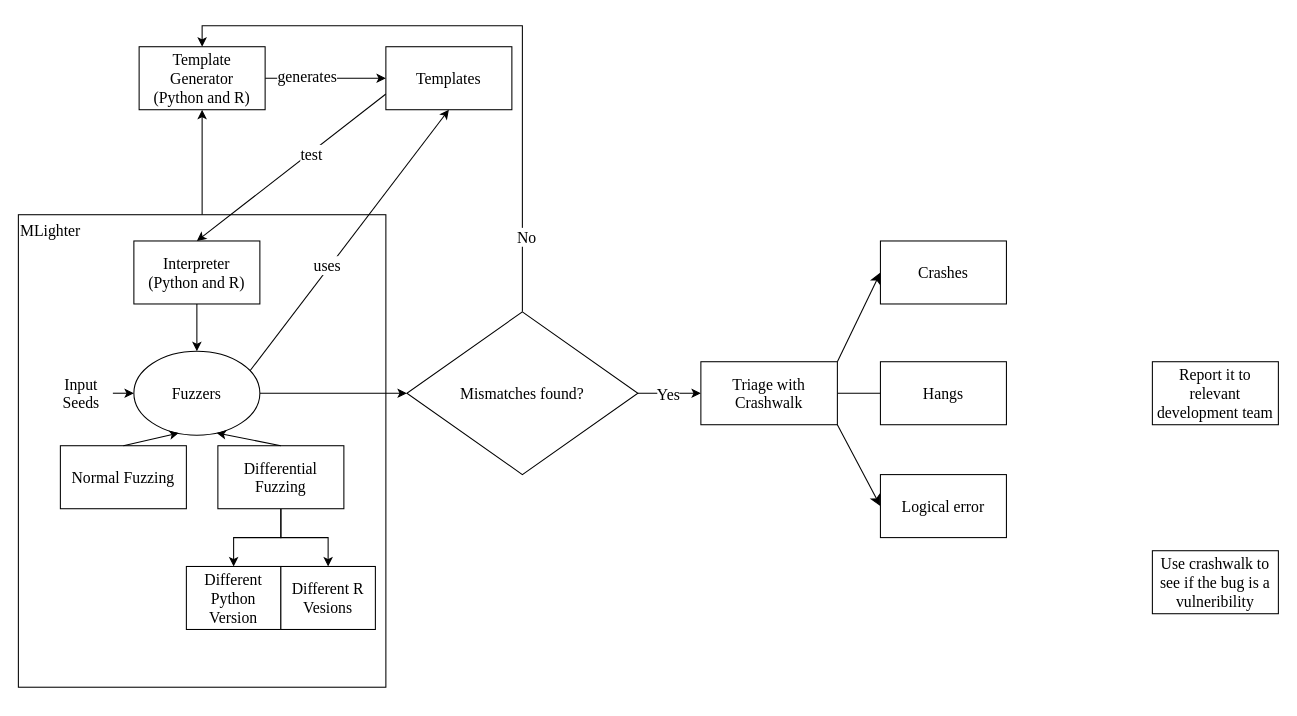
Earlier version of the draw.io diagram GenAndFuzz.drawio (GloC99/diagrams). Source tidied: cells renumbered, new cells numbered last; positions are measured from the earlier drawing's top-left corner, leaving out a move shared by most shapes. Both pictures are drawn from the tidied source at 105%, with x=0, y=0 at pixel (18, 46).
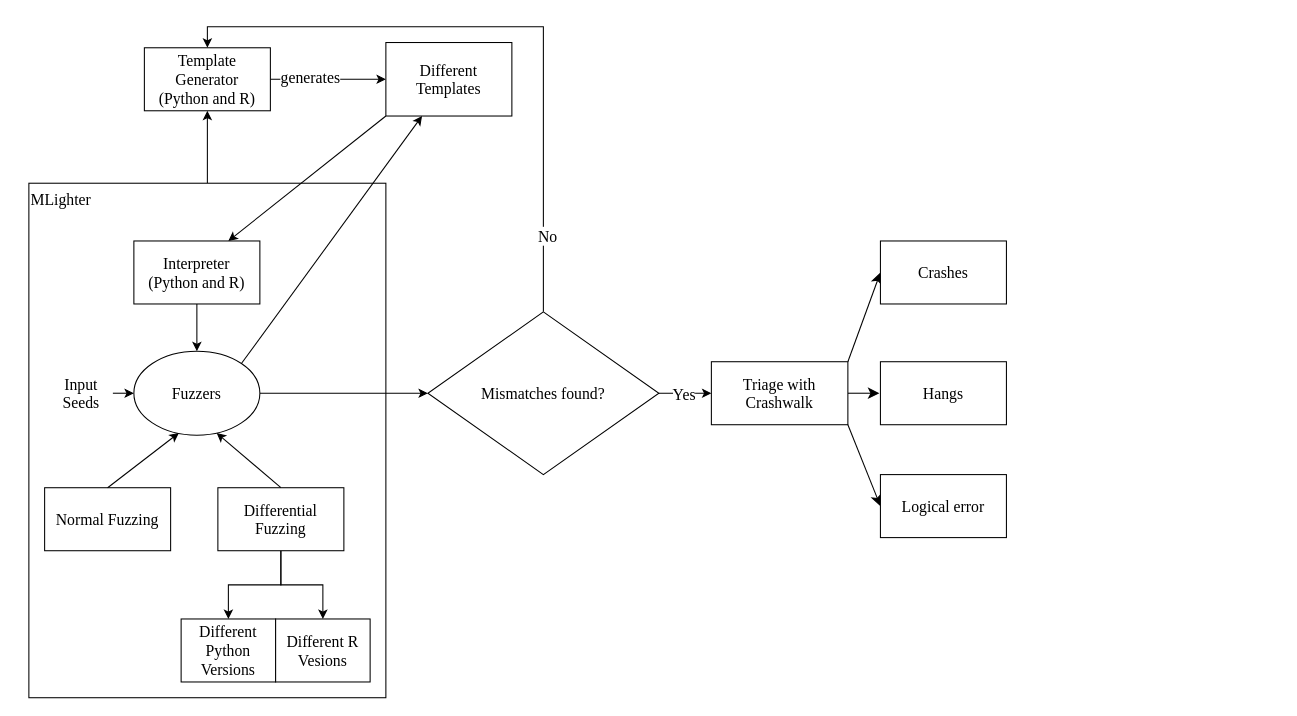
Above is the later version.

Unchanged cells that the change refers to:
```xml
<mxCell id="13" value="Fuzzers" style="ellipse;whiteSpace=wrap;html=1;fontSize=15;fontFamily=Times New Roman;rounded=0;" parent="1" vertex="1">
  <mxGeometry x="110" y="290" width="120" height="80" as="geometry" />
</mxCell>
<mxCell id="17" value="Interpreter&lt;br style=&quot;font-size: 15px;&quot;&gt;(Python and R)" style="rounded=0;whiteSpace=wrap;html=1;fontSize=15;fontFamily=Times New Roman;" parent="1" vertex="1">
  <mxGeometry x="110" y="185" width="120" height="60" as="geometry" />
</mxCell>
<mxCell id="38" value="Hangs" style="rounded=0;whiteSpace=wrap;html=1;direction=west;fontSize=15;fontFamily=Times New Roman;" parent="1" vertex="1">
  <mxGeometry x="821" y="300" width="120" height="60" as="geometry" />
</mxCell>
```

Diff of the diagram source:
```diff
@@
     <mxCell id="3" value="MLighter" style="rounded=0;whiteSpace=wrap;html=1;align=left;verticalAlign=top;fontSize=15;fontFamily=Times New Roman;" parent="1" vertex="1">
-      <mxGeometry y="160" width="350" height="450" as="geometry" />
+      <mxGeometry x="10" y="130" width="340" height="490" as="geometry" />
     </mxCell>
@@
     <mxCell id="6" value="Template Generator&lt;br style=&quot;font-size: 15px;&quot;&gt;(Python and R)" style="rounded=0;whiteSpace=wrap;html=1;fontSize=15;fontFamily=Times New Roman;" parent="1" vertex="1">
-      <mxGeometry x="115" width="120" height="60" as="geometry" />
+      <mxGeometry x="120" y="1" width="120" height="60" as="geometry" />
     </mxCell>
-    <mxCell id="7" style="rounded=0;jettySize=auto;html=1;exitX=0;exitY=0.75;exitDx=0;exitDy=0;entryX=0.5;entryY=0;entryDx=0;entryDy=0;fontSize=15;fontFamily=Times New Roman;" parent="1" edge="1" source="9" target="17">
+    <mxCell id="7" style="rounded=0;jettySize=auto;html=1;exitX=0;exitY=1;exitDx=0;exitDy=0;entryX=0.75;entryY=0;entryDx=0;entryDy=0;" parent="1" edge="1" source="9" target="17">
       <mxGeometry relative="1" as="geometry" />
     </mxCell>
-    <mxCell id="8" value="test" style="edgeLabel;html=1;align=center;verticalAlign=middle;fontSize=15;fontFamily=Times New Roman;rounded=0;" parent="7" vertex="1">
-      <mxGeometry x="-0.21" y="1" relative="1" as="geometry">
-        <mxPoint x="-1" as="offset" />
-      </mxGeometry>
-    </mxCell>
-    <mxCell id="9" value="Templates" style="rounded=0;whiteSpace=wrap;html=1;fontSize=15;fontFamily=Times New Roman;" parent="1" vertex="1">
-      <mxGeometry x="350" width="120" height="60" as="geometry" />
+    <mxCell id="9" value="Different Templates" style="rounded=0;whiteSpace=wrap;html=1;fontSize=15;fontFamily=Times New Roman;" parent="1" vertex="1">
+      <mxGeometry x="350" y="-4" width="120" height="70" as="geometry" />
     </mxCell>
+    <mxCell id="12" style="rounded=0;jettySize=auto;html=1;exitX=1;exitY=0.5;exitDx=0;exitDy=0;entryX=0;entryY=0.5;entryDx=0;entryDy=0;fontSize=15;fontFamily=Times New Roman;" parent="1" edge="1" source="13" target="30">
+      <mxGeometry relative="1" as="geometry" />
+    </mxCell>
-    <mxCell id="10" style="rounded=0;jettySize=auto;html=1;exitX=0.922;exitY=0.233;exitDx=0;exitDy=0;entryX=0.5;entryY=1;entryDx=0;entryDy=0;exitPerimeter=0;fontSize=15;fontFamily=Times New Roman;" parent="1" edge="1" source="13" target="9">
+    <mxCell id="10" style="rounded=0;jettySize=auto;html=1;exitX=1;exitY=0;exitDx=0;exitDy=0;" parent="1" edge="1" source="13" target="9">
       <mxGeometry relative="1" as="geometry" />
     </mxCell>
-    <mxCell id="11" value="uses" style="edgeLabel;html=1;align=center;verticalAlign=middle;fontSize=15;fontFamily=Times New Roman;rounded=0;" parent="10" vertex="1">
-      <mxGeometry x="-0.2" y="3" relative="1" as="geometry" />
-    </mxCell>
-    <mxCell id="12" style="rounded=0;jettySize=auto;html=1;exitX=1;exitY=0.5;exitDx=0;exitDy=0;entryX=0;entryY=0.5;entryDx=0;entryDy=0;fontSize=15;fontFamily=Times New Roman;" parent="1" edge="1" source="13" target="30">
-      <mxGeometry relative="1" as="geometry" />
-    </mxCell>
@@
     <mxCell id="18" value="Normal Fuzzing" style="rounded=0;whiteSpace=wrap;html=1;fontSize=15;fontFamily=Times New Roman;" parent="1" vertex="1">
-      <mxGeometry x="40" y="380" width="120" height="60" as="geometry" />
+      <mxGeometry x="25" y="420" width="120" height="60" as="geometry" />
     </mxCell>
-    <mxCell id="19" style="edgeStyle=orthogonalEdgeStyle;rounded=0;jettySize=auto;html=1;fontSize=15;fontFamily=Times New Roman;" parent="1" edge="1" source="21" target="24">
+    <mxCell id="19" style="edgeStyle=orthogonalEdgeStyle;rounded=0;jettySize=auto;html=1;exitX=0.5;exitY=1;exitDx=0;exitDy=0;entryX=0.5;entryY=0;entryDx=0;entryDy=0;" parent="1" edge="1" source="21" target="24">
       <mxGeometry relative="1" as="geometry" />
     </mxCell>
-    <mxCell id="20" style="edgeStyle=orthogonalEdgeStyle;rounded=0;jettySize=auto;html=1;fontSize=15;fontFamily=Times New Roman;" parent="1" edge="1" source="21" target="25">
+    <mxCell id="20" style="edgeStyle=orthogonalEdgeStyle;rounded=0;jettySize=auto;html=1;exitX=0.5;exitY=1;exitDx=0;exitDy=0;entryX=0.5;entryY=0;entryDx=0;entryDy=0;" parent="1" edge="1" source="21" target="25">
       <mxGeometry relative="1" as="geometry" />
     </mxCell>
     <mxCell id="21" value="Differential Fuzzing" style="rounded=0;whiteSpace=wrap;html=1;fontSize=15;fontFamily=Times New Roman;" parent="1" vertex="1">
-      <mxGeometry x="190" y="380" width="120" height="60" as="geometry" />
+      <mxGeometry x="190" y="420" width="120" height="60" as="geometry" />
     </mxCell>
@@
-    <mxCell id="24" value="Different Python Version" style="rounded=0;whiteSpace=wrap;html=1;fontSize=15;fontFamily=Times New Roman;" parent="1" vertex="1">
-      <mxGeometry x="160" y="495" width="90" height="60" as="geometry" />
+    <mxCell id="24" value="Different Python Versions" style="rounded=0;whiteSpace=wrap;html=1;fontSize=15;fontFamily=Times New Roman;" parent="1" vertex="1">
+      <mxGeometry x="155" y="545" width="90" height="60" as="geometry" />
     </mxCell>
     <mxCell id="25" value="Different R Vesions" style="rounded=0;whiteSpace=wrap;html=1;fontSize=15;fontFamily=Times New Roman;" parent="1" vertex="1">
-      <mxGeometry x="250" y="495" width="90" height="60" as="geometry" />
+      <mxGeometry x="245" y="545" width="90" height="60" as="geometry" />
     </mxCell>
@@
     <mxCell id="30" value="&lt;font style=&quot;font-size: 15px;&quot;&gt;Mismatches found?&lt;/font&gt;" style="rhombus;whiteSpace=wrap;html=1;fontSize=15;fontFamily=Times New Roman;rounded=0;" parent="1" vertex="1">
-      <mxGeometry x="370" y="252.5" width="220" height="155" as="geometry" />
+      <mxGeometry x="390" y="252.5" width="220" height="155" as="geometry" />
     </mxCell>
-    <mxCell id="31" value="Report it to relevant development team" style="rounded=0;whiteSpace=wrap;html=1;fontSize=15;fontFamily=Times New Roman;" parent="1" vertex="1">
-      <mxGeometry x="1080" y="300" width="120" height="60" as="geometry" />
-    </mxCell>
-    <mxCell id="32" value="Use crashwalk to see if the bug is a vulneribility" style="rounded=0;whiteSpace=wrap;html=1;fontSize=15;fontFamily=Times New Roman;" parent="1" vertex="1">
-      <mxGeometry x="1080" y="480" width="120" height="60" as="geometry" />
-    </mxCell>
@@
-    <mxCell id="34" style="edgeStyle=none;curved=1;rounded=0;jettySize=auto;html=1;exitX=1;exitY=0.5;exitDx=0;exitDy=0;entryX=0;entryY=0.5;entryDx=0;entryDy=0;fontSize=15;startSize=8;endSize=8;fontFamily=Times New Roman;" parent="1" edge="1" source="36" target="38">
-      <mxGeometry relative="1" as="geometry" />
+    <mxCell id="34" style="edgeStyle=none;curved=1;rounded=0;jettySize=auto;html=1;exitX=1;exitY=0.5;exitDx=0;exitDy=0;fontSize=15;startSize=8;endSize=8;fontFamily=Times New Roman;" parent="1" edge="1" source="36">
+      <mxGeometry relative="1" as="geometry">
+        <mxPoint x="820" y="330" as="targetPoint" />
+      </mxGeometry>
     </mxCell>
@@
     <mxCell id="36" value="Triage with Crashwalk" style="rounded=0;whiteSpace=wrap;html=1;fontSize=15;fontFamily=Times New Roman;" parent="1" vertex="1">
-      <mxGeometry x="650" y="300" width="130" height="60" as="geometry" />
+      <mxGeometry x="660" y="300" width="130" height="60" as="geometry" />
     </mxCell>
```
